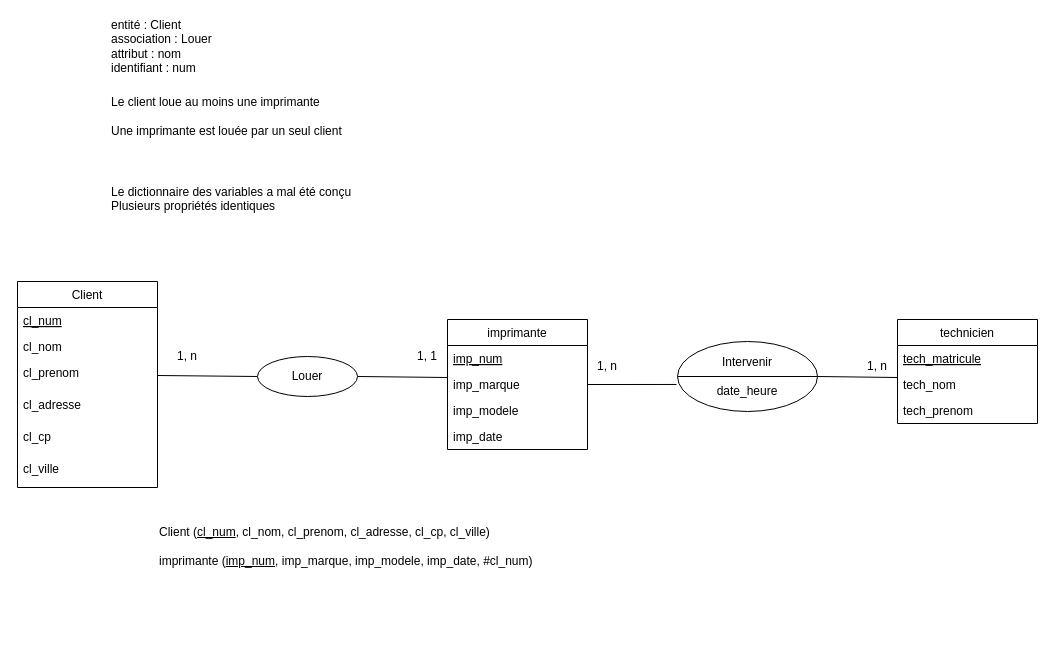
This is Loc imprimante.drawio from Jojogit68/isoflat.github.io, a draw.io file, before an edit. Source tidied: cells renumbered, new cells numbered last; positions are measured from the earlier drawing's top-left corner, leaving out a move shared by most shapes. Both pictures are drawn from the tidied source at 100%, with x=0, y=0 at pixel (17, 31).
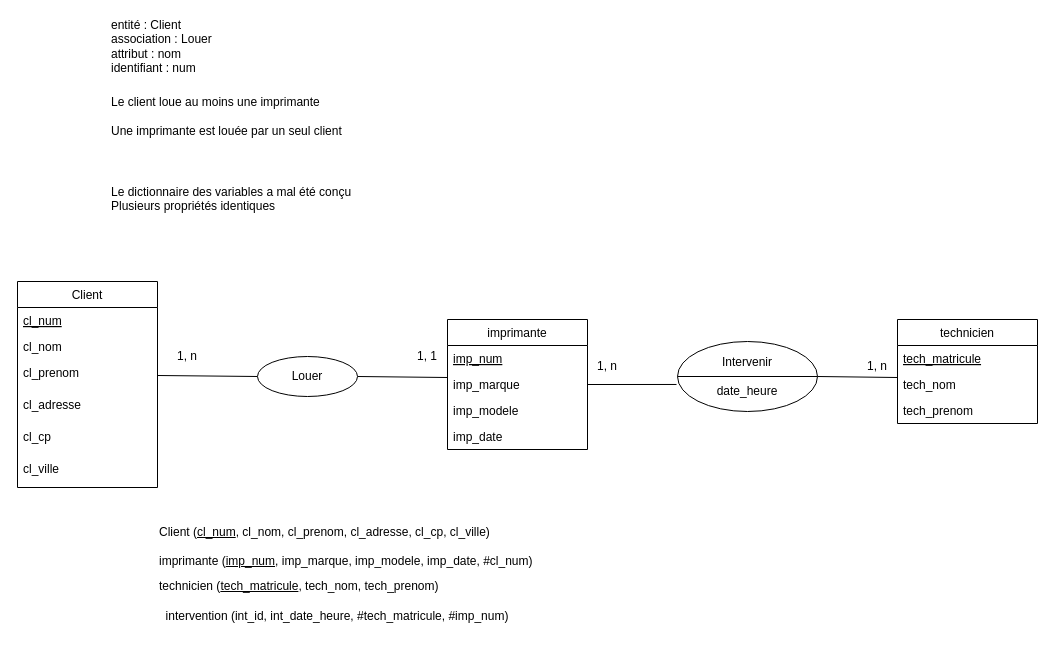
The same diagram, later.

Commit message (it also covers changes not shown here):
Mettre à jour Loc imprimante.drawio

Diff of the diagram source:
```diff
@@
+    <mxCell id="33" value="technicien (&lt;u&gt;tech_matricule&lt;/u&gt;, tech_nom, tech_prenom)" style="text;strokeColor=none;align=left;fillColor=none;html=1;verticalAlign=middle;whiteSpace=wrap;rounded=0;" parent="1" vertex="1">
+      <mxGeometry x="140" y="540" width="380" height="30" as="geometry" />
+    </mxCell>
+    <mxCell id="34" value="intervention (int_id, int_date_heure, #tech_matricule, #imp_num)" style="text;strokeColor=none;align=center;fillColor=none;html=1;verticalAlign=middle;whiteSpace=wrap;rounded=0;" parent="1" vertex="1">
+      <mxGeometry x="140" y="570" width="360" height="30" as="geometry" />
+    </mxCell>
```
